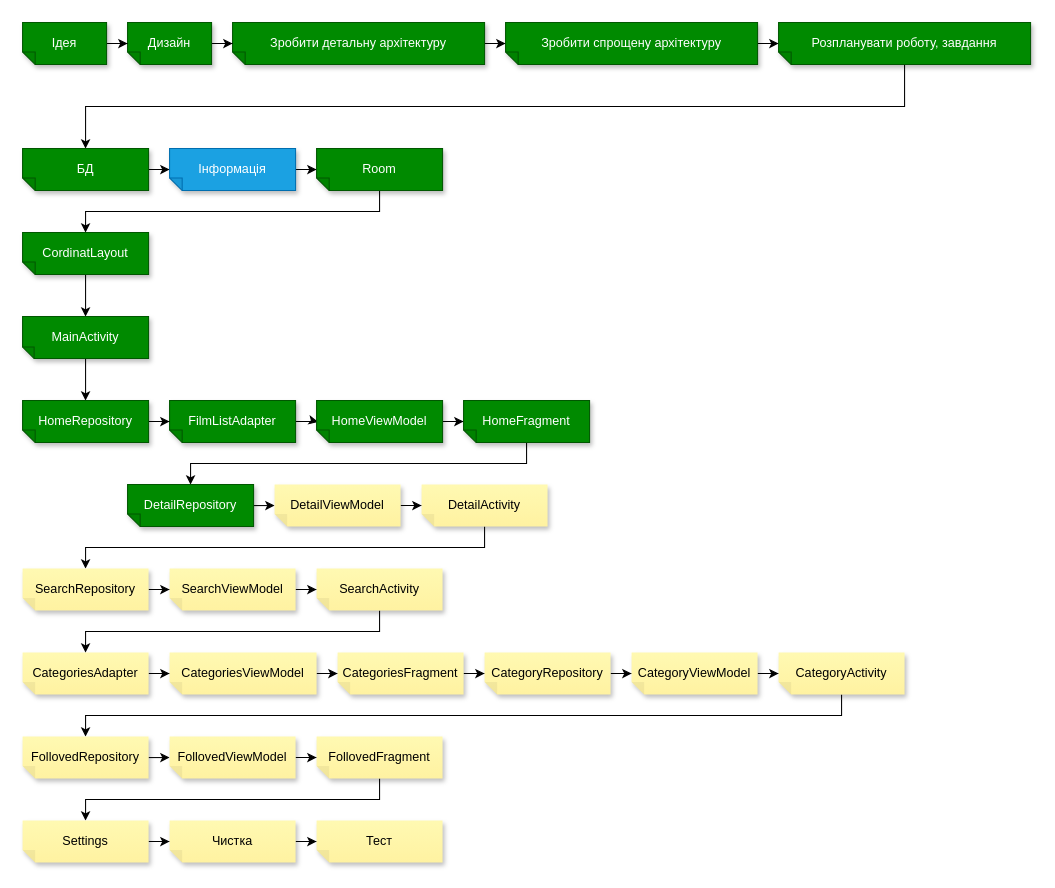
The draw.io diagram page "Завдання" (2 of 2) of files for project/MoviesReview.drawio in SviatKuzbyt/MoviesReview, before the edit. Source tidied: cells renumbered, new cells numbered last; positions are measured from the earlier drawing's top-left corner, leaving out a move shared by most shapes. Both pictures are drawn from the tidied source at 105%, with x=0, y=0 at pixel (22, 22).
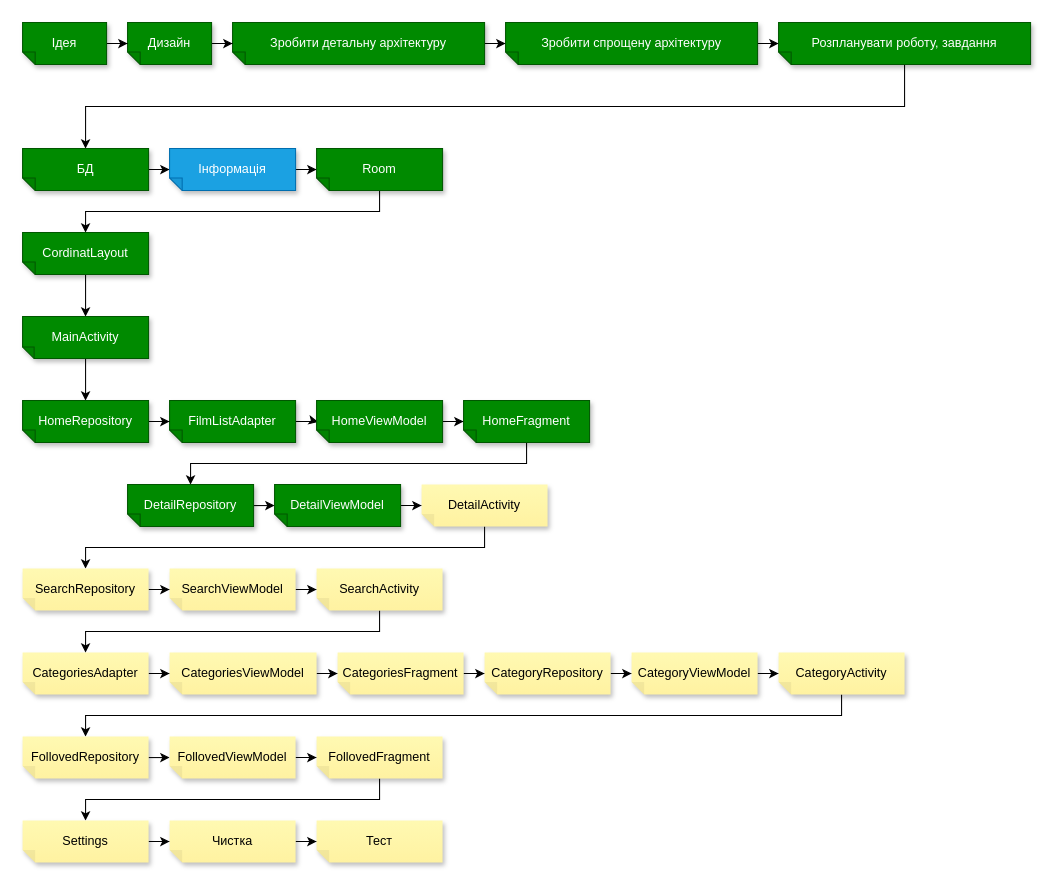
The same diagram, later.

Change to the diagram source:
```diff
@@
-    <mxCell id="29" value="DetailViewModel" style="shape=note;whiteSpace=wrap;html=1;backgroundOutline=1;fontColor=#000000;darkOpacity=0.05;fillColor=#FFF9B2;strokeColor=none;fillStyle=solid;direction=west;gradientDirection=north;gradientColor=#FFF2A1;shadow=1;size=12;" parent="1" vertex="1">
+    <mxCell id="29" value="DetailViewModel" style="shape=note;whiteSpace=wrap;html=1;backgroundOutline=1;fontColor=#ffffff;darkOpacity=0.05;fillColor=#008a00;strokeColor=#005700;fillStyle=solid;direction=west;gradientDirection=north;shadow=1;size=12;" parent="1" vertex="1">
       <mxGeometry x="240" y="440" width="120" height="40" as="geometry" />
     </mxCell>
```
